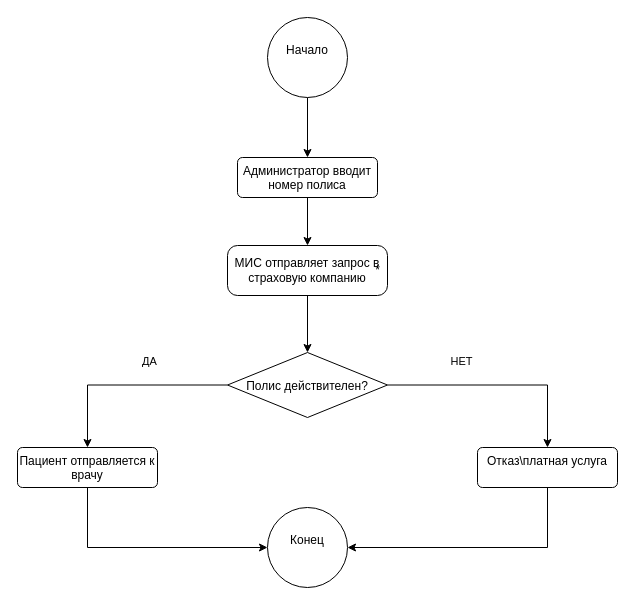
Earlier version of the draw.io diagram lab1/diagrams/activitu.drawio (Renayce/visual-programming-labs-Lisay). Source tidied: cells renumbered, new cells numbered last; positions are measured from the earlier drawing's top-left corner, leaving out a move shared by most shapes. Both pictures are drawn from the tidied source at 100%, with x=0, y=0 at pixel (17, 17).
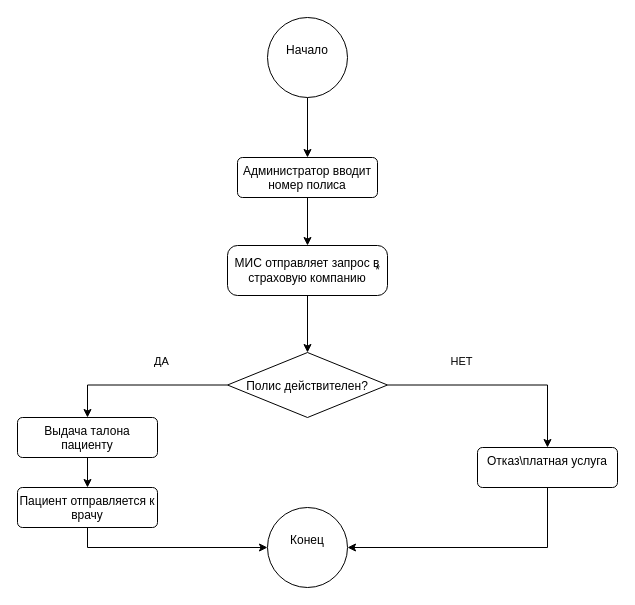
Above is the later version.

Commit message (it also covers changes not shown here):
Update UML Activity: add minor element

Unchanged cells that the change refers to:
```xml
<mxCell id="10" value="Полис действителен?" style="rhombus;" parent="1" vertex="1">
  <mxGeometry x="210" y="335" width="160" height="65" as="geometry" />
</mxCell>
<mxCell id="11" value="Конец&lt;div&gt;&lt;br/&gt;&lt;/div&gt;" style="ellipse;whiteSpace=wrap;html=1;shapeInside=1;" parent="1" vertex="1">
  <mxGeometry x="250" y="490" width="80" height="80" as="geometry" />
</mxCell>
```

Diff of the diagram source:
```diff
@@
-    <mxCell id="8" style="edgeStyle=orthogonalEdgeStyle;rounded=0;jettySize=auto;html=1;" parent="1" edge="1" source="10" target="12">
+    <mxCell id="8" style="edgeStyle=orthogonalEdgeStyle;rounded=0;jettySize=auto;html=1;entryX=0.5;entryY=0;entryDx=0;entryDy=0;" parent="1" edge="1" source="10" target="19">
       <mxGeometry relative="1" as="geometry" />
     </mxCell>
@@
     <mxCell id="12" value="Пациент отправляется к врачу" style="html=1;align=center;verticalAlign=top;rounded=1;absoluteArcSize=1;arcSize=10;dashed=0;whiteSpace=wrap;" parent="1" vertex="1">
-      <mxGeometry y="430" width="140" height="40" as="geometry" />
+      <mxGeometry y="470" width="140" height="40" as="geometry" />
     </mxCell>
@@
-    <mxCell id="17" style="endArrow=classic;html=1;rounded=0;entryX=0;entryY=0.5;entryDx=0;entryDy=0;" parent="1" edge="1" target="11">
+    <mxCell id="17" style="endArrow=classic;html=1;rounded=0;entryX=0;entryY=0.5;entryDx=0;entryDy=0;exitX=0.5;exitY=1;exitDx=0;exitDy=0;" parent="1" edge="1" source="12" target="11">
       <mxGeometry relative="1" as="geometry">
-        <mxPoint x="70" y="470" as="sourcePoint" />
         <Array as="points">
           <mxPoint x="70" y="530" />
         </Array>
       </mxGeometry>
     </mxCell>
@@
+    <mxCell id="19" value="Выдача талона пациенту&lt;div&gt;&lt;br&gt;&lt;/div&gt;" style="html=1;align=center;verticalAlign=top;rounded=1;absoluteArcSize=1;arcSize=10;dashed=0;whiteSpace=wrap;" parent="1" vertex="1">
+      <mxGeometry y="400" width="140" height="40" as="geometry" />
+    </mxCell>
+    <mxCell id="20" style="endArrow=classic;html=1;rounded=0;entryX=0.5;entryY=0;entryDx=0;entryDy=0;exitX=0.5;exitY=1;exitDx=0;exitDy=0;" parent="1" edge="1" source="19" target="12">
+      <mxGeometry relative="1" as="geometry" />
+    </mxCell>
```
